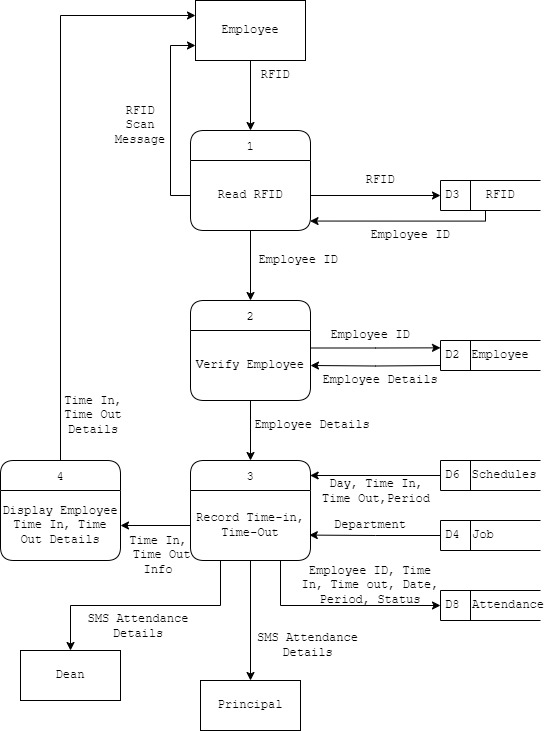
lester-afk/Payroll-System keeps this draw.io diagram as DOCUMENTS/RFID Module.png. Above is the earlier version. Source tidied: cells renumbered, new cells last; positions are measured from the earlier drawing's top-left corner, leaving out a move shared by most shapes.
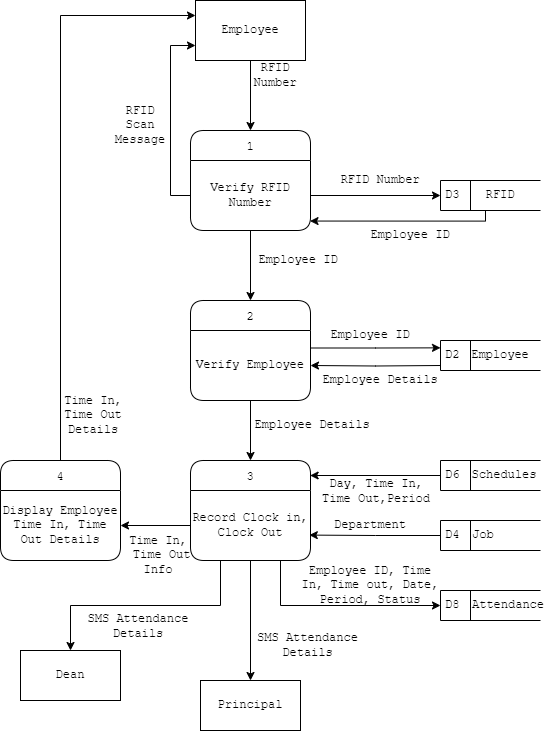
Above is the later version.

What changed in the source:
```diff
@@ -2,13 +2,13 @@
   <root>
     <mxCell id="0" />
     <mxCell id="1" parent="0" />
-    <mxCell id="2" value="RFID" style="text;html=1;align=center;verticalAlign=middle;whiteSpace=wrap;rounded=0;fontFamily=Courier New;" parent="1" vertex="1">
+    <mxCell id="2" value="RFID Number" style="text;html=1;align=center;verticalAlign=middle;whiteSpace=wrap;rounded=0;fontFamily=Courier New;" parent="1" vertex="1">
       <mxGeometry x="245" y="60" width="60" height="30" as="geometry" />
     </mxCell>
     <mxCell id="3" value="1" style="swimlane;fontStyle=0;horizontal=1;startSize=30;fillColor=#ffffff;swimlaneFillColor=#ffffff;rounded=1;fontFamily=Courier New;" parent="1" vertex="1">
       <mxGeometry x="190" y="130" width="120" height="100" as="geometry" />
     </mxCell>
-    <mxCell id="4" value="Read RFID" style="text;html=1;align=center;verticalAlign=middle;whiteSpace=wrap;rounded=0;fontFamily=Courier New;" parent="3" vertex="1">
+    <mxCell id="4" value="Verify RFID&lt;br&gt;Number" style="text;html=1;align=center;verticalAlign=middle;whiteSpace=wrap;rounded=0;fontFamily=Courier New;" parent="3" vertex="1">
       <mxGeometry y="30" width="120" height="70" as="geometry" />
     </mxCell>
     <mxCell id="5" style="edgeStyle=orthogonalEdgeStyle;rounded=0;jettySize=auto;html=1;entryX=0.5;entryY=0;entryDx=0;entryDy=0;fontFamily=Courier New;" parent="1" edge="1" source="6" target="3">
@@ -33,7 +33,7 @@
     <mxCell id="10" style="edgeStyle=orthogonalEdgeStyle;rounded=0;jettySize=auto;html=1;exitX=1;exitY=0.5;exitDx=0;exitDy=0;entryX=0;entryY=0.5;entryDx=0;entryDy=0;fontFamily=Courier New;" parent="1" edge="1" source="4" target="7">
       <mxGeometry relative="1" as="geometry" />
     </mxCell>
-    <mxCell id="11" value="RFID" style="text;html=1;align=center;verticalAlign=middle;whiteSpace=wrap;rounded=0;fontFamily=Courier New;" parent="1" vertex="1">
+    <mxCell id="11" value="RFID Number" style="text;html=1;align=center;verticalAlign=middle;whiteSpace=wrap;rounded=0;fontFamily=Courier New;" parent="1" vertex="1">
       <mxGeometry x="320" y="167.5" width="120" height="25" as="geometry" />
     </mxCell>
     <mxCell id="12" style="edgeStyle=orthogonalEdgeStyle;rounded=0;jettySize=auto;html=1;entryX=0;entryY=0.75;entryDx=0;entryDy=0;fontFamily=Courier New;" parent="1" edge="1" source="4" target="6">
@@ -82,7 +82,7 @@
     <mxCell id="24" value="3" style="swimlane;fontStyle=0;horizontal=1;startSize=30;fillColor=#ffffff;swimlaneFillColor=#ffffff;rounded=1;fontFamily=Courier New;" parent="1" vertex="1">
       <mxGeometry x="190" y="460" width="120" height="100" as="geometry" />
     </mxCell>
-    <mxCell id="25" value="Record Time-in, Time-Out" style="text;html=1;align=center;verticalAlign=middle;whiteSpace=wrap;rounded=0;fontFamily=Courier New;" parent="24" vertex="1">
+    <mxCell id="25" value="Record Clock in, Clock Out" style="text;html=1;align=center;verticalAlign=middle;whiteSpace=wrap;rounded=0;fontFamily=Courier New;" parent="24" vertex="1">
       <mxGeometry y="30" width="120" height="70" as="geometry" />
     </mxCell>
     <mxCell id="26" style="edgeStyle=orthogonalEdgeStyle;rounded=0;jettySize=auto;html=1;entryX=0.5;entryY=0;entryDx=0;entryDy=0;fontFamily=Courier New;" parent="1" edge="1" source="15" target="24">
```
